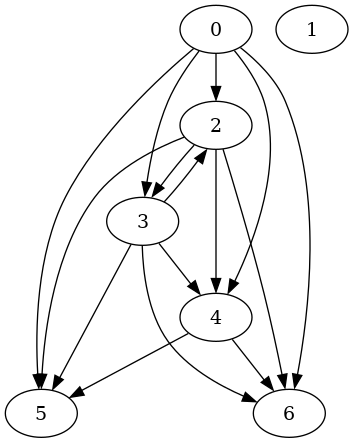
XushengLuo92/Hierarchical-LTL keeps this Graphviz diagram as routing_graph.png. Above is the earlier version. Its source is kept beside it as routing_graph.dot.
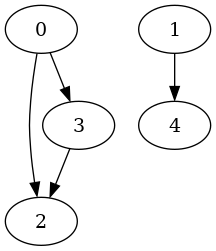
Later version of the same file.

Commit message:
fix the error in backtracking to get task sequence

What changed in the source:
```diff
@@ -1,25 +1,12 @@
 strict digraph "" {
 	graph [type=routing_graph];
 	0	[location_type_component_task_element="['r1', 1, 1, -1]"];
-	2	[location_type_component_task_element="['p4', 1, 1, 'p100', 1]"];
+	2	[location_type_component_task_element="['p7', 1, 1, 'p0', 2]"];
 	0 -> 2	[weight=10];
-	3	[location_type_component_task_element="['p2', 1, 1, 'p100', 2]"];
+	3	[location_type_component_task_element="['p4', 1, 1, 'p100', 2]"];
 	0 -> 3	[weight=10];
-	4	[location_type_component_task_element="['p3', 1, 1, 'p200', 1]"];
-	0 -> 4	[weight=10];
-	5	[location_type_component_task_element="['p5', 1, 1, 'p200', 2]"];
-	0 -> 5	[weight=10];
-	6	[location_type_component_task_element="['p1', 1, 1, 'p200', 2]"];
-	0 -> 6	[weight=10];
 	1	[location_type_component_task_element="['r2', 2, 1, -1]"];
-	2 -> 3	[weight=1];
-	2 -> 4	[weight=10];
-	2 -> 5	[weight=10];
-	2 -> 6	[weight=10];
-	3 -> 2	[weight=1];
-	3 -> 4	[weight=10];
-	3 -> 5	[weight=10];
-	3 -> 6	[weight=10];
-	4 -> 5	[weight=1];
-	4 -> 6	[weight=1];
+	4	[location_type_component_task_element="['p3', 2, 1, 'p200', 1]"];
+	1 -> 4	[weight=10];
+	3 -> 2	[weight=10];
 }
```
